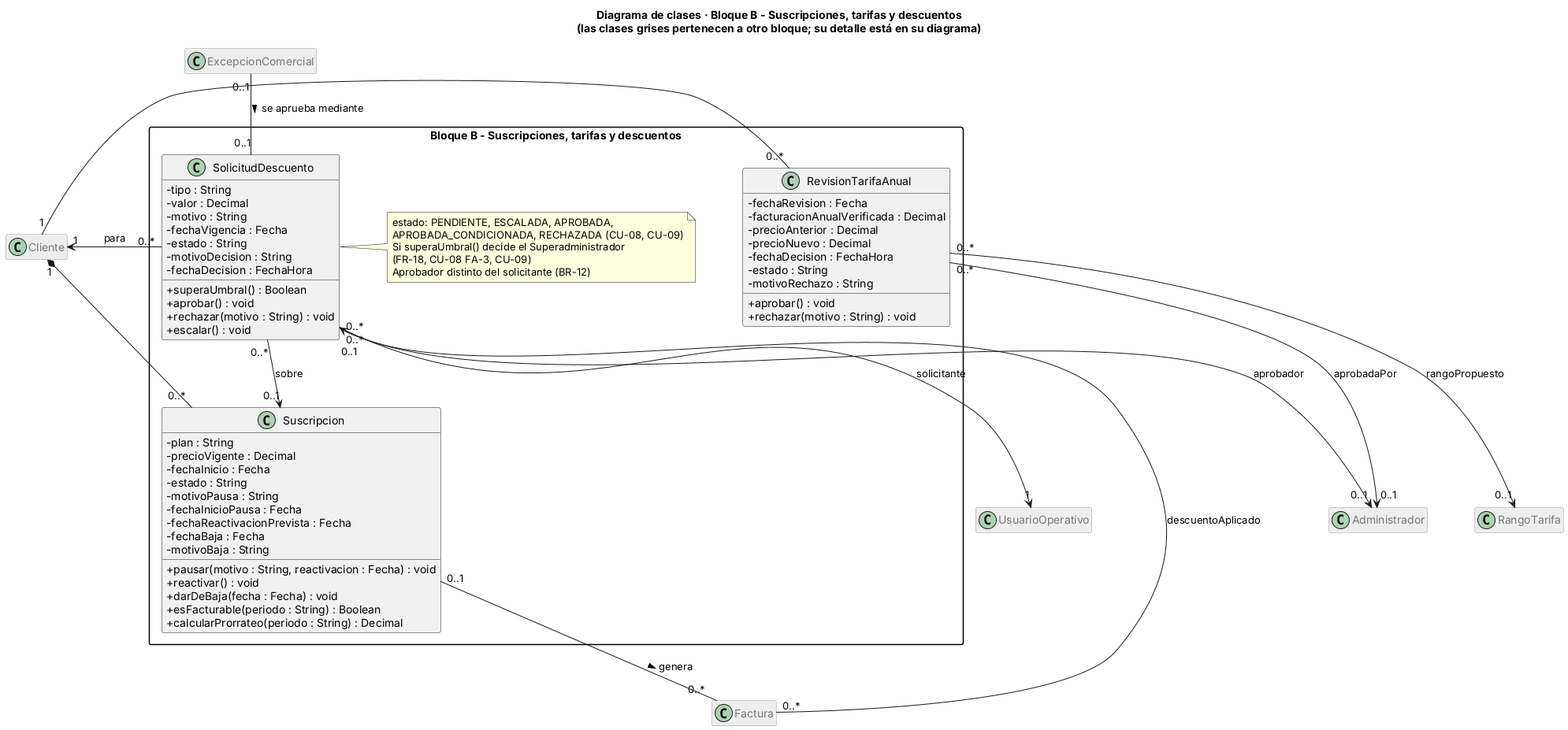
suqihao-star/JIRAFAS keeps this PlantUML diagram as BORRADORES/Borradores_Diagrama_De_Clases/PROPUESTA_PABLO_FERNANDEZ_CARABANTES/POSIBLE PUESTA EN COMUN/diagrama_clases_bloque_B.png. Above is the earlier version.
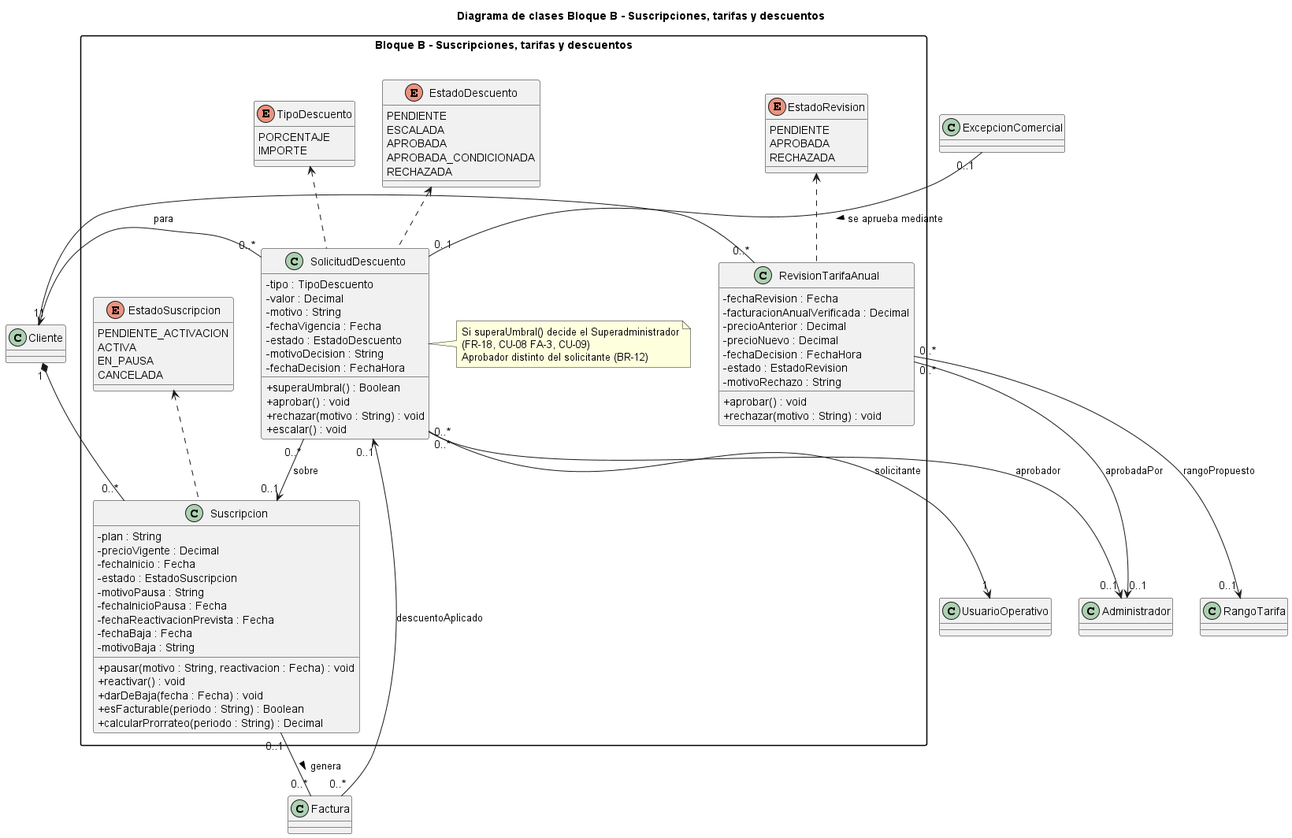
The same file after the commit.

Commit message:
Imagenes diagramas de clases por bloques con ENUM

Diff of the diagram source:
```diff
@@ -1,25 +1,13 @@
-@startuml clases_bloque_B
+@startuml diagrama_clases_bloque_B
+title Diagrama de clases Bloque B - Suscripciones, tarifas y descuentos
 skinparam classAttributeIconSize 0
 skinparam packageStyle rectangle
-skinparam nodesep 60
-skinparam ranksep 70
-hide empty members
-title Diagrama de clases · Bloque B - Suscripciones, tarifas y descuentos\n(las clases grises pertenecen a otro bloque; su detalle está en su diagrama)
-skinparam class {
-  BackgroundColor<<otroBloque>> #EEEEEE
-  BorderColor<<otroBloque>> #999999
-  FontColor<<otroBloque>> #777777
-}
-hide <<otroBloque>> stereotype
-hide <<otroBloque>> members
-
 package "Bloque B - Suscripciones, tarifas y descuentos" {
-
   class Suscripcion {
     - plan : String
     - precioVigente : Decimal
     - fechaInicio : Fecha
-    - estado : String
+    - estado : EstadoSuscripcion
     - motivoPausa : String
     - fechaInicioPausa : Fecha
     - fechaReactivacionPrevista : Fecha
@@ -38,18 +26,18 @@
     - precioAnterior : Decimal
     - precioNuevo : Decimal
     - fechaDecision : FechaHora
-    - estado : String
+    - estado : EstadoRevision
     - motivoRechazo : String
     + aprobar() : void
     + rechazar(motivo : String) : void
   }
 
   class SolicitudDescuento {
-    - tipo : String
+    - tipo : TipoDescuento
     - valor : Decimal
     - motivo : String
     - fechaVigencia : Fecha
-    - estado : String
+    - estado : EstadoDescuento
     - motivoDecision : String
     - fechaDecision : FechaHora
     + superaUmbral() : Boolean
@@ -58,20 +46,41 @@
     + escalar() : void
   }
   note right of SolicitudDescuento
-    estado: PENDIENTE, ESCALADA, APROBADA,
-    APROBADA_CONDICIONADA, RECHAZADA (CU-08, CU-09)
     Si superaUmbral() decide el Superadministrador
     (FR-18, CU-08 FA-3, CU-09)
     Aprobador distinto del solicitante (BR-12)
   end note
+
+  enum EstadoSuscripcion {
+    PENDIENTE_ACTIVACION
+    ACTIVA
+    EN_PAUSA
+    CANCELADA
+  }
+  enum EstadoRevision {
+    PENDIENTE
+    APROBADA
+    RECHAZADA
+  }
+  enum TipoDescuento {
+    PORCENTAJE
+    IMPORTE
+  }
+  enum EstadoDescuento {
+    PENDIENTE
+    ESCALADA
+    APROBADA
+    APROBADA_CONDICIONADA
+    RECHAZADA
+  }
 }
 
-class Cliente <<otroBloque>>
-class RangoTarifa <<otroBloque>>
-class Administrador <<otroBloque>>
-class ExcepcionComercial <<otroBloque>>
-class UsuarioOperativo <<otroBloque>>
-class Factura <<otroBloque>>
+class Cliente
+class RangoTarifa
+class Administrador
+class ExcepcionComercial
+class UsuarioOperativo
+class Factura
 
 Cliente "1" *-- "0..*" Suscripcion
 Cliente "1" -- "0..*" RevisionTarifaAnual
@@ -84,4 +93,8 @@
 SolicitudDescuento "0..*" --> "0..1" Administrador : aprobador
 Suscripcion "0..1" -- "0..*" Factura : genera >
 Factura "0..*" --> "0..1" SolicitudDescuento : descuentoAplicado
+EstadoSuscripcion <.. Suscripcion
+EstadoRevision <.. RevisionTarifaAnual
+TipoDescuento <.. SolicitudDescuento
+EstadoDescuento <.. SolicitudDescuento
 @enduml
```
